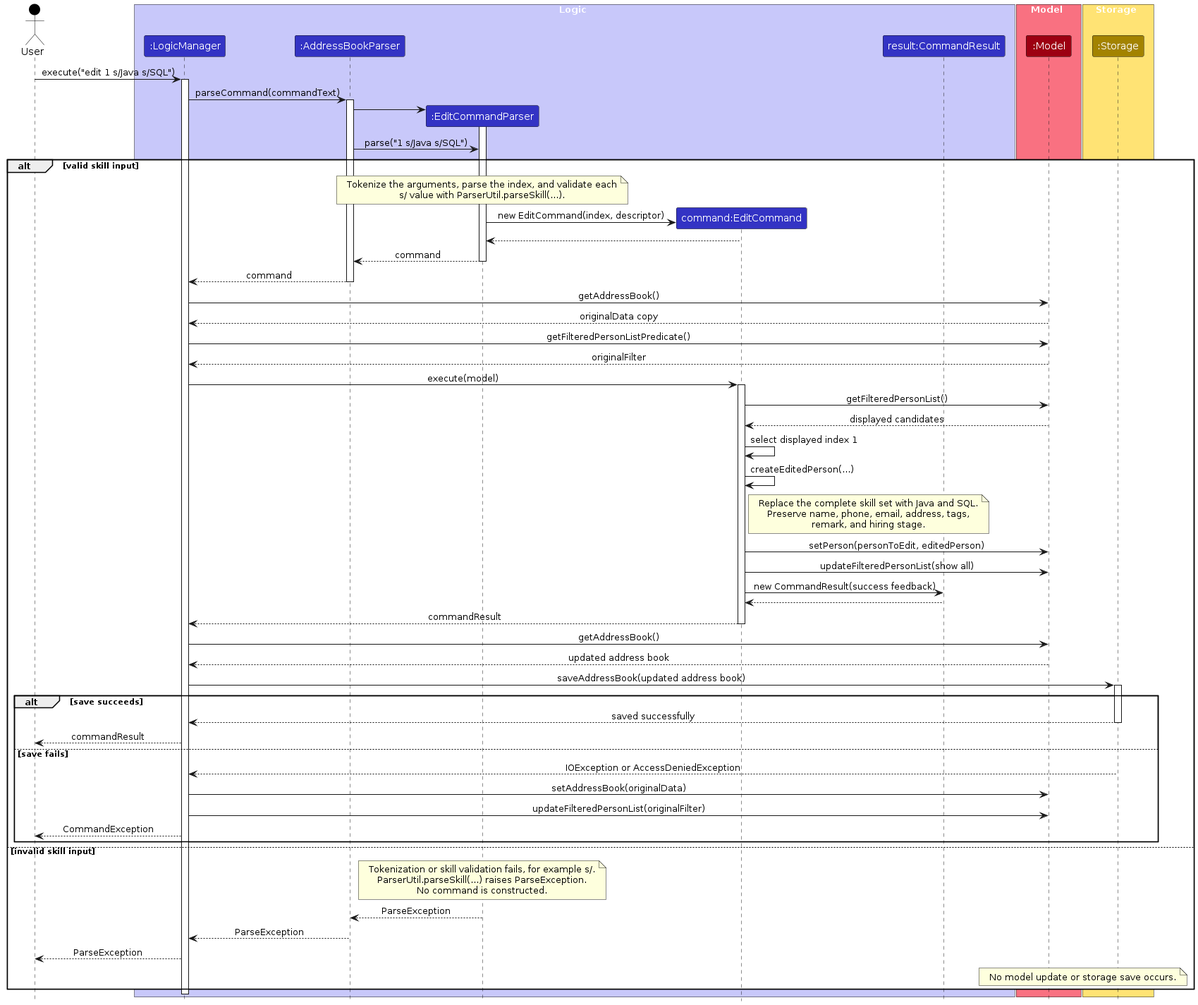
Above: diagrams/EditCandidateSkillsSequenceDiagram.png in AY2627S1-CS2103T-T09-3/tp (PlantUML), before the change. Its source is kept beside it as diagrams/EditCandidateSkillsSequenceDiagram.puml.
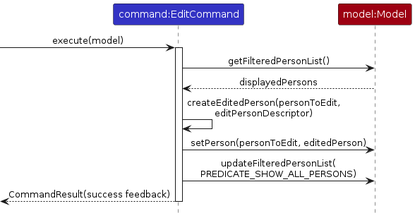
The same diagram one commit later.

Change to the diagram source:
```diff
@@ -1,100 +1,20 @@
 @startuml
 !include style.puml
 skinparam ArrowFontStyle plain
+skinparam ParticipantFontColor #FFFFFF
 
-actor User as user USER_COLOR
+participant "command:EditCommand" as EditCommand LOGIC_COLOR
+participant "model:Model" as Model MODEL_COLOR
 
-box Logic LOGIC_COLOR_T1
-participant ":LogicManager" as LogicManager LOGIC_COLOR
-participant ":AddressBookParser" as AddressBookParser LOGIC_COLOR
-participant ":EditCommandParser" as EditCommandParser LOGIC_COLOR
-participant "command:EditCommand" as EditCommand LOGIC_COLOR
-participant "result:CommandResult" as CommandResult LOGIC_COLOR
-end box
+[-> EditCommand : execute(model)
+activate EditCommand
+EditCommand -> Model : getFilteredPersonList()
+Model --> EditCommand : displayedPersons
 
-box Model MODEL_COLOR_T1
-participant ":Model" as Model MODEL_COLOR
-end box
+EditCommand -> EditCommand : createEditedPerson(personToEdit,\neditPersonDescriptor)
+EditCommand -> Model : setPerson(personToEdit, editedPerson)
+EditCommand -> Model : updateFilteredPersonList(\nPREDICATE_SHOW_ALL_PERSONS)
 
-box Storage STORAGE_COLOR_T1
-participant ":Storage" as Storage STORAGE_COLOR
-end box
-
-user -> LogicManager : execute("edit 1 s/Java s/SQL")
-activate LogicManager
-LogicManager -> AddressBookParser : parseCommand(commandText)
-activate AddressBookParser
-
-create EditCommandParser
-AddressBookParser -> EditCommandParser
-activate EditCommandParser
-AddressBookParser -> EditCommandParser : parse("1 s/Java s/SQL")
-
-alt valid skill input
-    note over EditCommandParser
-    Tokenize the arguments, parse the index, and validate each
-    s/ value with ParserUtil.parseSkill(...).
-    end note
-    create EditCommand
-    EditCommandParser -> EditCommand : new EditCommand(index, descriptor)
-    EditCommand --> EditCommandParser
-    EditCommandParser --> AddressBookParser : command
-    deactivate EditCommandParser
-    AddressBookParser --> LogicManager : command
-    deactivate AddressBookParser
-
-    LogicManager -> Model : getAddressBook()
-    Model --> LogicManager : originalData copy
-    LogicManager -> Model : getFilteredPersonListPredicate()
-    Model --> LogicManager : originalFilter
-
-    LogicManager -> EditCommand : execute(model)
-    activate EditCommand
-    EditCommand -> Model : getFilteredPersonList()
-    Model --> EditCommand : displayed candidates
-    EditCommand -> EditCommand : select displayed index 1
-    EditCommand -> EditCommand : createEditedPerson(...)
-    note right of EditCommand
-    Replace the complete skill set with Java and SQL.
-    Preserve name, phone, email, address, tags,
-    remark, and hiring stage.
-    end note
-    EditCommand -> Model : setPerson(personToEdit, editedPerson)
-    EditCommand -> Model : updateFilteredPersonList(show all)
-    EditCommand -> CommandResult : new CommandResult(success feedback)
-    CommandResult --> EditCommand
-    EditCommand --> LogicManager : commandResult
-    deactivate EditCommand
-
-    LogicManager -> Model : getAddressBook()
-    Model --> LogicManager : updated address book
-    LogicManager -> Storage : saveAddressBook(updated address book)
-    activate Storage
-    alt save succeeds
-        Storage --> LogicManager : saved successfully
-        deactivate Storage
-        LogicManager --> user : commandResult
-    else save fails
-        Storage --> LogicManager : IOException or AccessDeniedException
-        deactivate Storage
-        LogicManager -> Model : setAddressBook(originalData)
-        LogicManager -> Model : updateFilteredPersonList(originalFilter)
-        LogicManager --> user : CommandException
-    end
-else invalid skill input
-    note over EditCommandParser
-    Tokenization or skill validation fails, for example s/.
-    ParserUtil.parseSkill(...) raises ParseException.
-    No command is constructed.
-    end note
-    EditCommandParser --> AddressBookParser : ParseException
-    deactivate EditCommandParser
-    AddressBookParser --> LogicManager : ParseException
-    deactivate AddressBookParser
-    LogicManager --> user : ParseException
-    note over Model, Storage
-    No model update or storage save occurs.
-    end note
-end
-deactivate LogicManager
+EditCommand -->[ : CommandResult(success feedback)
+deactivate EditCommand
 @enduml
```
